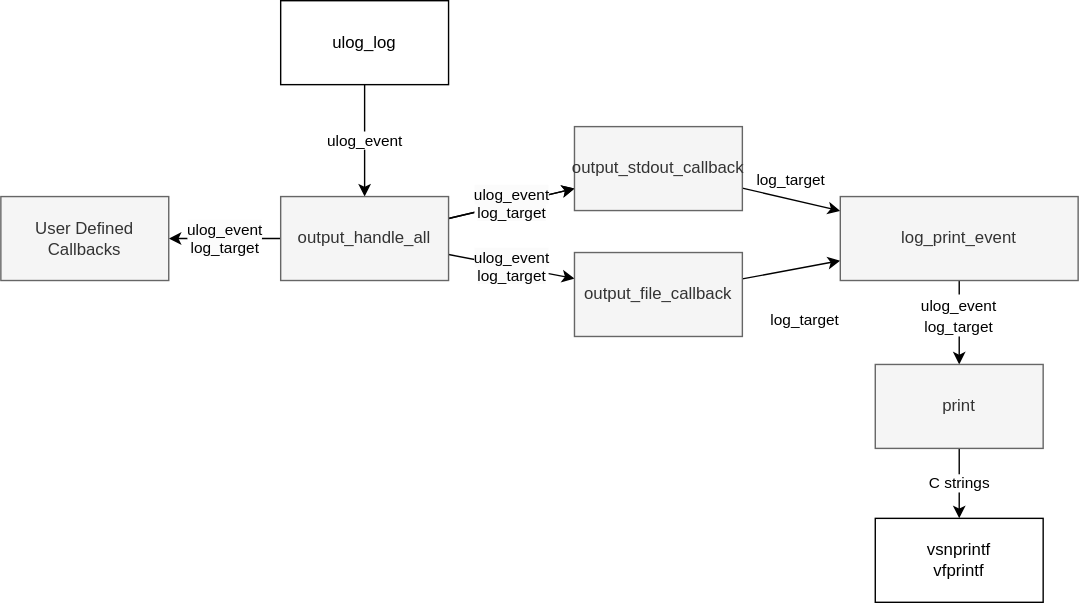
Above: doc/design/design.drawio.svg in an-dr/microlog (draw.io), before the change. Source tidied: cells renumbered, new cells last; positions are measured from the earlier drawing's top-left corner, leaving out a move shared by most shapes.
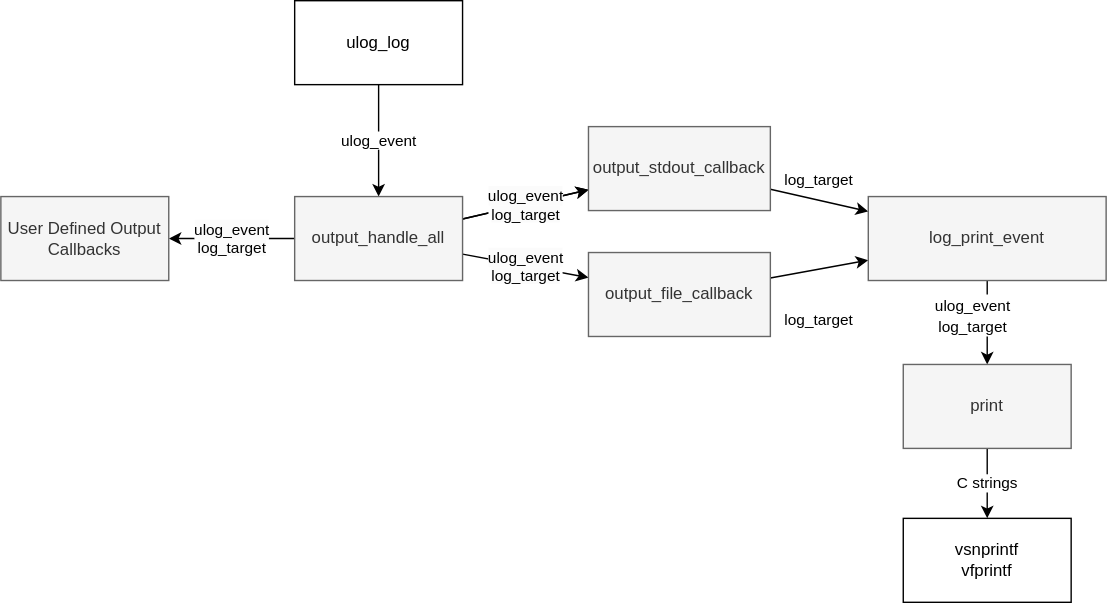
The same file after the commit.

The edit, as a diff of the source:
```diff
@@ -20,41 +20,41 @@
     <mxCell id="7" value="&lt;font style=&quot;text-wrap-mode: wrap; font-size: 12px; background-color: rgb(251, 251, 251);&quot;&gt;&lt;span style=&quot;font-size: 11px; text-wrap-mode: nowrap;&quot;&gt;ulog_event&lt;/span&gt;&lt;/font&gt;&lt;br style=&quot;text-wrap-mode: wrap; font-size: 12px; background-color: rgb(251, 251, 251);&quot;&gt;&lt;span style=&quot;background-color: rgb(251, 251, 251);&quot;&gt;log_target&lt;/span&gt;" style="edgeStyle=none;html=1;" parent="1" edge="1" source="8" target="13">
       <mxGeometry relative="1" as="geometry" />
     </mxCell>
-    <mxCell id="8" value="cb_handle_all" style="rounded=0;whiteSpace=wrap;html=1;fillColor=#f5f5f5;fontColor=#333333;strokeColor=#666666;" parent="1" vertex="1">
+    <mxCell id="8" value="output_handle_all" style="rounded=0;whiteSpace=wrap;html=1;fillColor=#f5f5f5;fontColor=#333333;strokeColor=#666666;" parent="1" vertex="1">
       <mxGeometry x="200" y="140" width="120" height="60" as="geometry" />
     </mxCell>
     <mxCell id="9" style="edgeStyle=none;html=1;" parent="1" edge="1" source="10" target="15">
       <mxGeometry relative="1" as="geometry" />
     </mxCell>
-    <mxCell id="10" value="cb_stdout" style="whiteSpace=wrap;html=1;rounded=0;fillColor=#f5f5f5;fontColor=#333333;strokeColor=#666666;" parent="1" vertex="1">
-      <mxGeometry x="410" y="90" width="120" height="60" as="geometry" />
+    <mxCell id="10" value="output_stdout_callback" style="whiteSpace=wrap;html=1;rounded=0;fillColor=#f5f5f5;fontColor=#333333;strokeColor=#666666;" parent="1" vertex="1">
+      <mxGeometry x="410" y="90" width="130" height="60" as="geometry" />
     </mxCell>
     <mxCell id="11" style="edgeStyle=none;html=1;" parent="1" edge="1" source="12" target="15">
       <mxGeometry relative="1" as="geometry" />
     </mxCell>
-    <mxCell id="12" value="cb_user_file" style="whiteSpace=wrap;html=1;rounded=0;fillColor=#f5f5f5;fontColor=#333333;strokeColor=#666666;" parent="1" vertex="1">
-      <mxGeometry x="410" y="180" width="120" height="60" as="geometry" />
+    <mxCell id="12" value="&lt;span style=&quot;color: rgb(51, 51, 51);&quot;&gt;output_file_callback&lt;/span&gt;" style="whiteSpace=wrap;html=1;rounded=0;fillColor=#f5f5f5;fontColor=#333333;strokeColor=#666666;" parent="1" vertex="1">
+      <mxGeometry x="410" y="180" width="130" height="60" as="geometry" />
     </mxCell>
-    <mxCell id="13" value="User Defined Callbacks" style="whiteSpace=wrap;html=1;rounded=0;fillColor=#f5f5f5;fontColor=#333333;strokeColor=#666666;" parent="1" vertex="1">
-      <mxGeometry y="140" width="120" height="60" as="geometry" />
+    <mxCell id="13" value="User Defined Output Callbacks" style="whiteSpace=wrap;html=1;rounded=0;fillColor=#f5f5f5;fontColor=#333333;strokeColor=#666666;" parent="1" vertex="1">
+      <mxGeometry x="-10" y="140" width="120" height="60" as="geometry" />
     </mxCell>
     <mxCell id="14" style="edgeStyle=none;html=1;" parent="1" edge="1" source="15" target="17">
       <mxGeometry relative="1" as="geometry" />
     </mxCell>
     <mxCell id="15" value="log_print_event" style="whiteSpace=wrap;html=1;rounded=0;fillColor=#f5f5f5;fontColor=#333333;strokeColor=#666666;" parent="1" vertex="1">
-      <mxGeometry x="600" y="140" width="170" height="60" as="geometry" />
+      <mxGeometry x="610" y="140" width="170" height="60" as="geometry" />
     </mxCell>
     <mxCell id="16" value="C strings" style="edgeStyle=none;html=1;" parent="1" edge="1" source="17" target="18">
       <mxGeometry relative="1" as="geometry" />
     </mxCell>
     <mxCell id="17" value="print" style="whiteSpace=wrap;html=1;rounded=0;fillColor=#f5f5f5;fontColor=#333333;strokeColor=#666666;" parent="1" vertex="1">
-      <mxGeometry x="625" y="260" width="120" height="60" as="geometry" />
+      <mxGeometry x="635" y="260" width="120" height="60" as="geometry" />
     </mxCell>
     <mxCell id="18" value="vsnprintf&lt;div&gt;vfprintf&lt;/div&gt;" style="whiteSpace=wrap;html=1;rounded=0;" parent="1" vertex="1">
-      <mxGeometry x="625" y="370" width="120" height="60" as="geometry" />
+      <mxGeometry x="635" y="370" width="120" height="60" as="geometry" />
     </mxCell>
     <mxCell id="19" value="&lt;span style=&quot;orphans: 2; text-indent: 0px; widows: 2; text-decoration-thickness: initial; text-decoration-style: initial; text-decoration-color: initial; float: none; color: rgb(0, 0, 0); display: inline !important;&quot;&gt;&lt;font color=&quot;rgba(0, 0, 0, 0)&quot;&gt;&lt;span style=&quot;font-size: 11px; text-wrap-mode: nowrap;&quot;&gt;ulog_event&lt;/span&gt;&lt;/font&gt;&lt;br&gt;&lt;span style=&quot;font-size: 11px; text-wrap-mode: nowrap;&quot;&gt;log_target&lt;/span&gt;&lt;/span&gt;" style="text;whiteSpace=wrap;html=1;align=center;verticalAlign=middle;labelBackgroundColor=none;" parent="1" vertex="1">
-      <mxGeometry x="520" y="100" width="90" height="40" as="geometry" />
+      <mxGeometry x="530" y="100" width="90" height="40" as="geometry" />
     </mxCell>
     <mxCell id="20" value="&lt;span style=&quot;orphans: 2; text-indent: 0px; widows: 2; text-decoration-thickness: initial; text-decoration-style: initial; text-decoration-color: initial; float: none; display: inline !important;&quot;&gt;&lt;font&gt;&lt;span style=&quot;font-size: 11px; text-wrap-mode: nowrap;&quot;&gt;ulog_event&lt;/span&gt;&lt;/font&gt;&lt;br&gt;&lt;span style=&quot;font-size: 11px; text-wrap-mode: nowrap;&quot;&gt;log_target&lt;/span&gt;&lt;/span&gt;" style="text;whiteSpace=wrap;html=1;align=center;verticalAlign=middle;fontColor=default;fillColor=default;labelBackgroundColor=none;" parent="1" vertex="1">
       <mxGeometry x="640" y="210" width="90" height="30" as="geometry" />
```
